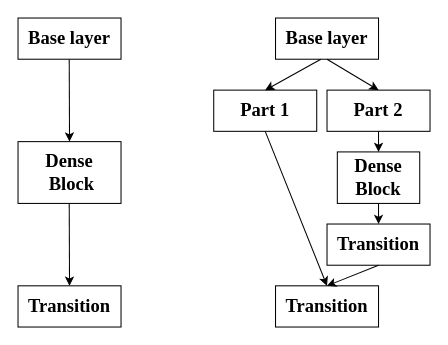
Before: CSPDensenet.drawio in zjie134/blog_pic, a draw.io diagram. Source tidied: cells renumbered, new cells numbered last; positions are measured from the earlier drawing's top-left corner, leaving out a move shared by most shapes. Both pictures are drawn from the tidied source at 103%, with x=0, y=0 at pixel (18, 18).
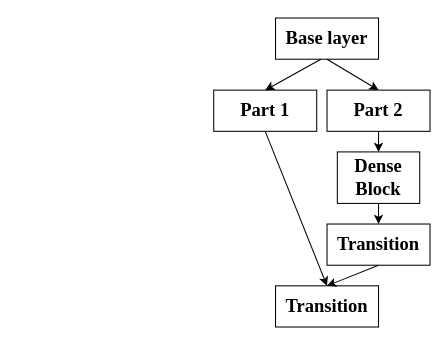
After the change.

The edit, as a diff of the source:
```diff
@@
-    <mxCell id="2" value="&lt;b&gt;&lt;font face=&quot;Times New Roman&quot; style=&quot;font-size: 18px&quot;&gt;Dense&lt;br&gt;&amp;nbsp;Block&lt;/font&gt;&lt;/b&gt;" style="rounded=0;whiteSpace=wrap;html=1;" parent="1" vertex="1">
-      <mxGeometry y="120" width="100" height="60" as="geometry" />
-    </mxCell>
-    <mxCell id="3" style="endArrow=classic;html=1;entryX=0.5;entryY=0;entryDx=0;entryDy=0;" parent="1" edge="1" target="2">
-      <mxGeometry relative="1" as="geometry">
-        <mxPoint x="49.7" y="40" as="sourcePoint" />
-      </mxGeometry>
-    </mxCell>
-    <mxCell id="4" style="endArrow=classic;html=1;" parent="1" edge="1">
-      <mxGeometry relative="1" as="geometry">
-        <mxPoint x="49.7" y="180" as="sourcePoint" />
-        <mxPoint x="50" y="260" as="targetPoint" />
-      </mxGeometry>
-    </mxCell>
@@
-    <mxCell id="11" value="&lt;font face=&quot;Times New Roman&quot;&gt;&lt;span style=&quot;font-size: 18px&quot;&gt;&lt;b&gt;Transition&lt;/b&gt;&lt;/span&gt;&lt;/font&gt;" style="rounded=0;whiteSpace=wrap;html=1;" parent="1" vertex="1">
-      <mxGeometry y="260" width="100" height="40" as="geometry" />
-    </mxCell>
-    <mxCell id="12" value="&lt;font size=&quot;1&quot; face=&quot;Times New Roman&quot;&gt;&lt;b style=&quot;font-size: 18px&quot;&gt;Base layer&lt;/b&gt;&lt;/font&gt;" style="rounded=0;whiteSpace=wrap;html=1;" parent="1" vertex="1">
-      <mxGeometry width="100" height="40" as="geometry" />
-    </mxCell>
```
